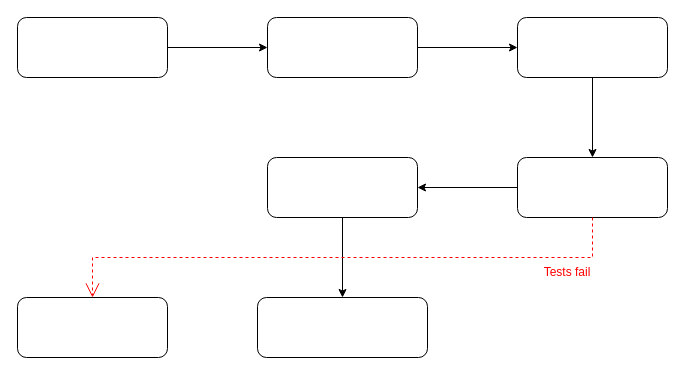
Earlier version of the draw.io diagram DevOps_Figure_3.drawio (Matasem-h/SimpleFlowcharts). Source tidied: cells renumbered, new cells numbered last; positions are measured from the earlier drawing's top-left corner, leaving out a move shared by most shapes. Both pictures are drawn from the tidied source at 100%, with x=0, y=0 at pixel (17, 17).
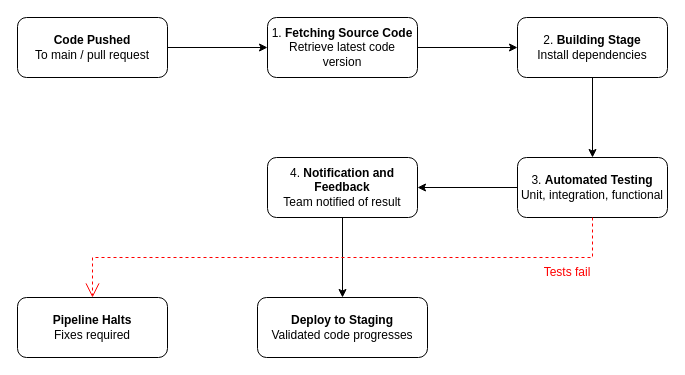
After the change.

The edit, as a diff of the source:
```diff
@@
 <mxGraphModel>
   <root>
     <mxCell id="0" />
     <mxCell id="1" parent="0" />
-    <mxCell id="2" style="rounded=1;whiteSpace=wrap;html=1;" parent="1" vertex="1">
+    <mxCell id="2" value="&lt;div&gt;1. &lt;b&gt;&lt;font&gt;Fetching Source Code&lt;/font&gt;&lt;/b&gt;&lt;/div&gt;&lt;div&gt;Retrieve latest code version&lt;/div&gt;" style="rounded=1;whiteSpace=wrap;html=1;" parent="1" vertex="1">
       <mxGeometry x="250" width="150" height="60" as="geometry" />
     </mxCell>
-    <mxCell id="3" style="rounded=1;whiteSpace=wrap;html=1;" parent="1" vertex="1">
+    <mxCell id="3" value="&lt;div&gt;2. &lt;b&gt;Building Stage&lt;/b&gt;&lt;/div&gt;&lt;div&gt;Install dependencies&lt;/div&gt;" style="rounded=1;whiteSpace=wrap;html=1;" parent="1" vertex="1">
       <mxGeometry x="500" width="150" height="60" as="geometry" />
     </mxCell>
-    <mxCell id="4" style="rounded=1;whiteSpace=wrap;html=1;" parent="1" vertex="1">
+    <mxCell id="4" value="&lt;div&gt;&lt;b&gt;Code Pushed&lt;/b&gt;&lt;/div&gt;&lt;div&gt;To main / pull request&lt;/div&gt;" style="rounded=1;whiteSpace=wrap;html=1;" parent="1" vertex="1">
       <mxGeometry width="150" height="60" as="geometry" />
     </mxCell>
-    <mxCell id="5" style="rounded=1;whiteSpace=wrap;html=1;" parent="1" vertex="1">
+    <mxCell id="5" value="&lt;div&gt;4. &lt;b&gt;Notification and Feedback&lt;/b&gt;&lt;/div&gt;&lt;div&gt;Team notified of result&lt;/div&gt;" style="rounded=1;whiteSpace=wrap;html=1;" parent="1" vertex="1">
       <mxGeometry x="250" y="140" width="150" height="60" as="geometry" />
     </mxCell>
-    <mxCell id="6" style="rounded=1;whiteSpace=wrap;html=1;" parent="1" vertex="1">
+    <mxCell id="6" value="&lt;div&gt;3. &lt;b&gt;Automated Testing&lt;/b&gt;&lt;/div&gt;&lt;div&gt;Unit, integration, functional&lt;/div&gt;" style="rounded=1;whiteSpace=wrap;html=1;" parent="1" vertex="1">
       <mxGeometry x="500" y="140" width="150" height="60" as="geometry" />
     </mxCell>
-    <mxCell id="7" style="rounded=1;whiteSpace=wrap;html=1;" parent="1" vertex="1">
+    <mxCell id="7" value="&lt;div&gt;&lt;b&gt;Pipeline Halts&lt;/b&gt;&lt;/div&gt;&lt;div&gt;Fixes required&lt;/div&gt;" style="rounded=1;whiteSpace=wrap;html=1;" parent="1" vertex="1">
       <mxGeometry y="280" width="150" height="60" as="geometry" />
     </mxCell>
-    <mxCell id="8" style="rounded=1;whiteSpace=wrap;html=1;" parent="1" vertex="1">
+    <mxCell id="8" value="&lt;div&gt;&lt;b&gt;Deploy to Staging&lt;/b&gt;&lt;/div&gt;&lt;div&gt;Validated code progresses&lt;/div&gt;" style="rounded=1;whiteSpace=wrap;html=1;" parent="1" vertex="1">
       <mxGeometry x="240" y="280" width="170" height="60" as="geometry" />
     </mxCell>
     <mxCell id="9" style="endArrow=classic;html=1;rounded=0;entryX=0;entryY=0.5;entryDx=0;entryDy=0;exitX=1;exitY=0.5;exitDx=0;exitDy=0;" parent="1" edge="1" source="4" target="2">
       <mxGeometry relative="1" as="geometry" />
     </mxCell>
     <mxCell id="10" style="endArrow=classic;html=1;rounded=0;entryX=0;entryY=0.5;entryDx=0;entryDy=0;exitX=1;exitY=0.5;exitDx=0;exitDy=0;" parent="1" edge="1" source="2" target="3">
       <mxGeometry relative="1" as="geometry" />
     </mxCell>
     <mxCell id="11" style="endArrow=classic;html=1;rounded=0;exitX=0.5;exitY=1;exitDx=0;exitDy=0;entryX=0.5;entryY=0;entryDx=0;entryDy=0;" parent="1" edge="1" source="3" target="6">
       <mxGeometry relative="1" as="geometry" />
     </mxCell>
     <mxCell id="12" style="endArrow=classic;html=1;rounded=0;exitX=0;exitY=0.5;exitDx=0;exitDy=0;entryX=1;entryY=0.5;entryDx=0;entryDy=0;" parent="1" edge="1" source="6" target="5">
       <mxGeometry relative="1" as="geometry" />
     </mxCell>
     <mxCell id="13" style="endArrow=classic;html=1;rounded=0;exitX=0.5;exitY=1;exitDx=0;exitDy=0;entryX=0.5;entryY=0;entryDx=0;entryDy=0;" parent="1" edge="1" source="5" target="8">
       <mxGeometry relative="1" as="geometry" />
     </mxCell>
     <mxCell id="14" style="endArrow=open;endSize=12;dashed=1;html=1;rounded=0;exitX=0.5;exitY=1;exitDx=0;exitDy=0;edgeStyle=elbowEdgeStyle;elbow=vertical;entryX=0.5;entryY=0;entryDx=0;entryDy=0;strokeColor=light-dark(#FF0000,#FF0000);" parent="1" edge="1" source="6" target="7">
       <mxGeometry relative="1" as="geometry" />
     </mxCell>
     <mxCell id="15" value="Tests fail" style="text;html=1;whiteSpace=wrap;strokeColor=none;fillColor=none;align=center;verticalAlign=middle;rounded=0;fontColor=light-dark(#FF0000,#FF0000);" parent="1" vertex="1">
       <mxGeometry x="520" y="240" width="60" height="30" as="geometry" />
     </mxCell>
   </root>
 </mxGraphModel>
```
